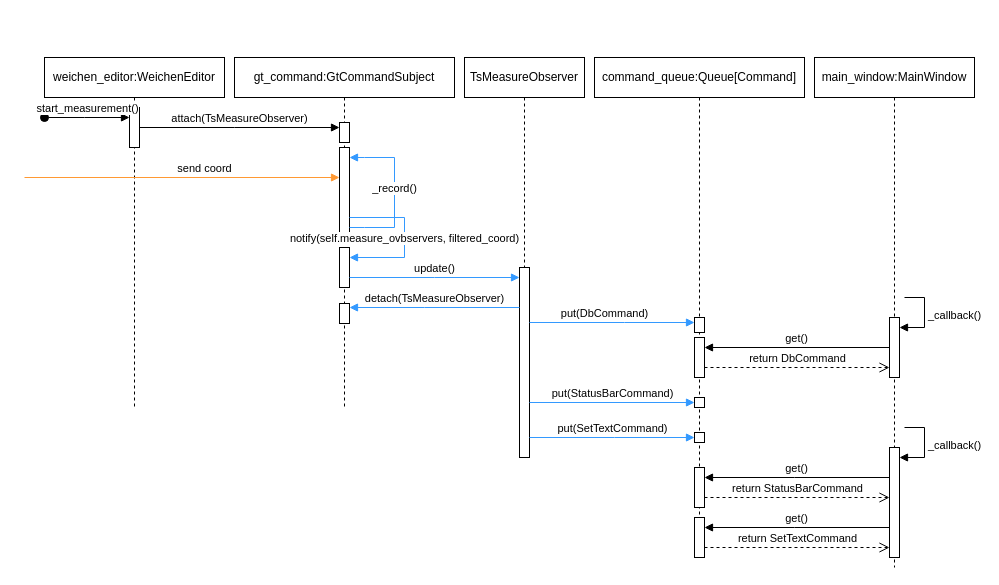
Earlier version of the draw.io diagram procedural/meassure_trainswitch.drawio (pascalreiss/draw_io_stuff). Source tidied: cells renumbered, new cells numbered last; positions are measured from the earlier drawing's top-left corner, leaving out a move shared by most shapes. Both pictures are drawn from the tidied source at 100%, with x=0, y=0 at pixel (24, 57).
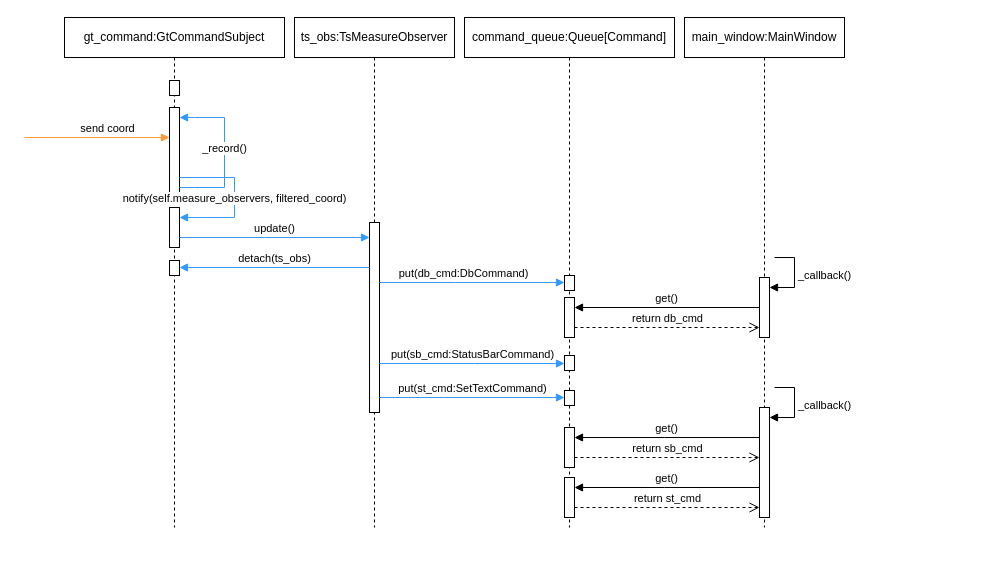
Above is the later version.

Unchanged cells that the change refers to:
```xml
<mxCell id="3" style="html=1;points=[[0,0,0,0,5],[0,1,0,0,-5],[1,0,0,0,5],[1,1,0,0,-5]];perimeter=orthogonalPerimeter;outlineConnect=0;targetShapes=umlLifeline;portConstraint=eastwest;newEdgeStyle={&quot;curved&quot;:0,&quot;rounded&quot;:0};" parent="2" vertex="1">
  <mxGeometry x="75" y="260" width="10" height="60" as="geometry" />
</mxCell>
<mxCell id="7" style="html=1;points=[[0,0,0,0,5],[0,1,0,0,-5],[1,0,0,0,5],[1,1,0,0,-5]];perimeter=orthogonalPerimeter;outlineConnect=0;targetShapes=umlLifeline;portConstraint=eastwest;newEdgeStyle={&quot;curved&quot;:0,&quot;rounded&quot;:0};" parent="5" vertex="1">
  <mxGeometry x="100" y="280" width="10" height="40" as="geometry" />
</mxCell>
<mxCell id="10" style="html=1;points=[[0,0,0,0,5],[0,1,0,0,-5],[1,0,0,0,5],[1,1,0,0,-5]];perimeter=orthogonalPerimeter;outlineConnect=0;targetShapes=umlLifeline;portConstraint=eastwest;newEdgeStyle={&quot;curved&quot;:0,&quot;rounded&quot;:0};" parent="5" vertex="1">
  <mxGeometry x="295" y="390" width="10" height="110" as="geometry" />
</mxCell>
<mxCell id="14" style="html=1;points=[[0,0,0,0,5],[0,1,0,0,-5],[1,0,0,0,5],[1,1,0,0,-5]];perimeter=orthogonalPerimeter;outlineConnect=0;targetShapes=umlLifeline;portConstraint=eastwest;newEdgeStyle={&quot;curved&quot;:0,&quot;rounded&quot;:0};" parent="5" vertex="1">
  <mxGeometry x="100" y="410" width="10" height="40" as="geometry" />
</mxCell>
<mxCell id="17" style="html=1;points=[[0,0,0,0,5],[0,1,0,0,-5],[1,0,0,0,5],[1,1,0,0,-5]];perimeter=orthogonalPerimeter;outlineConnect=0;targetShapes=umlLifeline;portConstraint=eastwest;newEdgeStyle={&quot;curved&quot;:0,&quot;rounded&quot;:0};" parent="5" vertex="1">
  <mxGeometry x="100" y="460" width="10" height="40" as="geometry" />
</mxCell>
<mxCell id="23" style="html=1;points=[[0,0,0,0,5],[0,1,0,0,-5],[1,0,0,0,5],[1,1,0,0,-5]];perimeter=orthogonalPerimeter;outlineConnect=0;targetShapes=umlLifeline;portConstraint=eastwest;newEdgeStyle={&quot;curved&quot;:0,&quot;rounded&quot;:0};" parent="22" vertex="1">
  <mxGeometry x="105" y="90" width="10" height="90" as="geometry" />
</mxCell>
<mxCell id="27" style="html=1;points=[[0,0,0,0,5],[0,1,0,0,-5],[1,0,0,0,5],[1,1,0,0,-5]];perimeter=orthogonalPerimeter;outlineConnect=0;targetShapes=umlLifeline;portConstraint=eastwest;newEdgeStyle={&quot;curved&quot;:0,&quot;rounded&quot;:0};" parent="22" vertex="1">
  <mxGeometry x="105" y="190" width="10" height="40" as="geometry" />
</mxCell>
```

The edit, as a diff of the source:
```diff
@@
     <mxCell id="2" value="main_window:MainWindow" style="shape=umlLifeline;perimeter=lifelinePerimeter;whiteSpace=wrap;html=1;newEdgeStyle={&quot;curved&quot;:0,&quot;rounded&quot;:0};" parent="1" vertex="1">
-      <mxGeometry x="790" width="160" height="510" as="geometry" />
+      <mxGeometry x="660" y="-40" width="160" height="510" as="geometry" />
     </mxCell>
@@
     <mxCell id="5" value="command_queue:Queue[Command]" style="shape=umlLifeline;perimeter=lifelinePerimeter;whiteSpace=wrap;html=1;newEdgeStyle={&quot;curved&quot;:0,&quot;rounded&quot;:0};" parent="1" vertex="1">
-      <mxGeometry x="570" width="210" height="500" as="geometry" />
+      <mxGeometry x="440" y="-40" width="210" height="510" as="geometry" />
     </mxCell>
     <mxCell id="6" style="html=1;points=[[0,0,0,0,5],[0,1,0,0,-5],[1,0,0,0,5],[1,1,0,0,-5]];perimeter=orthogonalPerimeter;outlineConnect=0;targetShapes=umlLifeline;portConstraint=eastwest;newEdgeStyle={&quot;curved&quot;:0,&quot;rounded&quot;:0};" parent="5" vertex="1">
-      <mxGeometry x="100" y="260" width="10" height="15" as="geometry" />
+      <mxGeometry x="100" y="258" width="10" height="15" as="geometry" />
     </mxCell>
@@
     <mxCell id="8" style="html=1;points=[[0,0,0,0,5],[0,1,0,0,-5],[1,0,0,0,5],[1,1,0,0,-5]];perimeter=orthogonalPerimeter;outlineConnect=0;targetShapes=umlLifeline;portConstraint=eastwest;newEdgeStyle={&quot;curved&quot;:0,&quot;rounded&quot;:0};" parent="5" vertex="1">
-      <mxGeometry x="100" y="340" width="10" height="10" as="geometry" />
+      <mxGeometry x="100" y="338" width="10" height="15" as="geometry" />
     </mxCell>
     <mxCell id="9" style="html=1;points=[[0,0,0,0,5],[0,1,0,0,-5],[1,0,0,0,5],[1,1,0,0,-5]];perimeter=orthogonalPerimeter;outlineConnect=0;targetShapes=umlLifeline;portConstraint=eastwest;newEdgeStyle={&quot;curved&quot;:0,&quot;rounded&quot;:0};" parent="5" vertex="1">
-      <mxGeometry x="100" y="375" width="10" height="10" as="geometry" />
+      <mxGeometry x="100" y="373" width="10" height="15" as="geometry" />
     </mxCell>
@@
-    <mxCell id="13" value="return StatusBarCommand" style="html=1;verticalAlign=bottom;endArrow=open;dashed=1;endSize=8;curved=0;rounded=0;" parent="5" edge="1" source="14" target="10">
+    <mxCell id="13" value="return sb_cmd" style="html=1;verticalAlign=bottom;endArrow=open;dashed=1;endSize=8;curved=0;rounded=0;" parent="5" edge="1" source="14" target="10">
       <mxGeometry relative="1" as="geometry">
         <Array as="points">
           <mxPoint x="200" y="440" />
         </Array>
       </mxGeometry>
     </mxCell>
@@
-    <mxCell id="16" value="return SetTextCommand" style="html=1;verticalAlign=bottom;endArrow=open;dashed=1;endSize=8;curved=0;rounded=0;" parent="5" edge="1" source="17">
+    <mxCell id="16" value="return st_cmd" style="html=1;verticalAlign=bottom;endArrow=open;dashed=1;endSize=8;curved=0;rounded=0;" parent="5" edge="1" source="17">
       <mxGeometry relative="1" as="geometry">
         <mxPoint x="295" y="490" as="targetPoint" />
         <Array as="points">
           <mxPoint x="200" y="490" />
         </Array>
       </mxGeometry>
     </mxCell>
@@
-    <mxCell id="18" value="TsMeasureObserver" style="shape=umlLifeline;perimeter=lifelinePerimeter;whiteSpace=wrap;html=1;newEdgeStyle={&quot;curved&quot;:0,&quot;rounded&quot;:0};" parent="1" vertex="1">
-      <mxGeometry x="440" width="120" height="400" as="geometry" />
+    <mxCell id="18" value="ts_obs:TsMeasureObserver" style="shape=umlLifeline;perimeter=lifelinePerimeter;whiteSpace=wrap;html=1;newEdgeStyle={&quot;curved&quot;:0,&quot;rounded&quot;:0};" parent="1" vertex="1">
+      <mxGeometry x="270" y="-40" width="160" height="510" as="geometry" />
     </mxCell>
     <mxCell id="19" style="html=1;points=[[0,0,0,0,5],[0,1,0,0,-5],[1,0,0,0,5],[1,1,0,0,-5]];perimeter=orthogonalPerimeter;outlineConnect=0;targetShapes=umlLifeline;portConstraint=eastwest;newEdgeStyle={&quot;curved&quot;:0,&quot;rounded&quot;:0};" parent="18" vertex="1">
-      <mxGeometry x="55" y="210" width="10" height="190" as="geometry" />
+      <mxGeometry x="75" y="205" width="10" height="190" as="geometry" />
     </mxCell>
-    <mxCell id="20" value="weichen_editor:WeichenEditor" style="shape=umlLifeline;perimeter=lifelinePerimeter;whiteSpace=wrap;html=1;newEdgeStyle={&quot;curved&quot;:0,&quot;rounded&quot;:0};" parent="1" vertex="1">
-      <mxGeometry x="20" width="180" height="350" as="geometry" />
-    </mxCell>
-    <mxCell id="21" style="html=1;points=[[0,0,0,0,5],[0,1,0,0,-5],[1,0,0,0,5],[1,1,0,0,-5]];perimeter=orthogonalPerimeter;outlineConnect=0;targetShapes=umlLifeline;portConstraint=eastwest;newEdgeStyle={&quot;curved&quot;:0,&quot;rounded&quot;:0};" parent="20" vertex="1">
-      <mxGeometry x="85" y="50" width="10" height="40" as="geometry" />
-    </mxCell>
     <mxCell id="22" value="gt_command:GtCommandSubject" style="shape=umlLifeline;whiteSpace=wrap;html=1;newEdgeStyle={&quot;curved&quot;:0,&quot;rounded&quot;:0};perimeter=rectanglePerimeter;targetShapes=umlLifeline;participant=label;" parent="1" vertex="1">
-      <mxGeometry x="210" width="220" height="350" as="geometry" />
+      <mxGeometry x="40" y="-40" width="220" height="510" as="geometry" />
     </mxCell>
@@
-    <mxCell id="25" value="notify(self.measure_ovbservers, filtered_coord)" style="html=1;verticalAlign=bottom;endArrow=block;curved=0;rounded=0;strokeColor=#3399FF;" parent="22" edge="1" source="23" target="27">
+    <mxCell id="25" value="notify(self.measure_observers, filtered_coord)" style="html=1;verticalAlign=bottom;endArrow=block;curved=0;rounded=0;strokeColor=#3399FF;" parent="22" edge="1" source="23" target="27">
       <mxGeometry x="0.13" relative="1" as="geometry">
         <Array as="points">
           <mxPoint x="170" y="160" />
           <mxPoint x="170" y="200" />
         </Array>
       </mxGeometry>
     </mxCell>
     <mxCell id="26" style="html=1;points=[[0,0,0,0,5],[0,1,0,0,-5],[1,0,0,0,5],[1,1,0,0,-5]];perimeter=orthogonalPerimeter;outlineConnect=0;targetShapes=umlLifeline;portConstraint=eastwest;newEdgeStyle={&quot;curved&quot;:0,&quot;rounded&quot;:0};" parent="22" vertex="1">
-      <mxGeometry x="105" y="65" width="10" height="20" as="geometry" />
+      <mxGeometry x="105" y="63" width="10" height="15" as="geometry" />
     </mxCell>
@@
     <mxCell id="28" style="html=1;points=[[0,0,0,0,5],[0,1,0,0,-5],[1,0,0,0,5],[1,1,0,0,-5]];perimeter=orthogonalPerimeter;outlineConnect=0;targetShapes=umlLifeline;portConstraint=eastwest;newEdgeStyle={&quot;curved&quot;:0,&quot;rounded&quot;:0};" parent="22" vertex="1">
-      <mxGeometry x="105" y="246" width="10" height="20" as="geometry" />
+      <mxGeometry x="105" y="243" width="10" height="15" as="geometry" />
     </mxCell>
-    <mxCell id="29" value="start_measurement()" style="html=1;verticalAlign=bottom;startArrow=oval;startFill=1;endArrow=block;startSize=8;curved=0;rounded=0;" parent="1" edge="1" target="21">
-      <mxGeometry relative="1" as="geometry">
-        <mxPoint x="20" y="60" as="sourcePoint" />
-        <Array as="points">
-          <mxPoint x="60" y="60" />
-        </Array>
-      </mxGeometry>
-    </mxCell>
-    <mxCell id="30" value="attach(TsMeasureObserver)" style="html=1;verticalAlign=bottom;endArrow=block;curved=0;rounded=0;" parent="1" edge="1" source="21" target="26">
-      <mxGeometry relative="1" as="geometry">
-        <Array as="points">
-          <mxPoint x="210" y="70" />
-        </Array>
-      </mxGeometry>
-    </mxCell>
     <mxCell id="31" value="send coord" style="html=1;verticalAlign=bottom;endArrow=block;curved=0;rounded=0;strokeColor=#FF9933;" parent="1" edge="1">
       <mxGeometry x="0.14" relative="1" as="geometry">
-        <mxPoint y="120" as="sourcePoint" />
-        <mxPoint x="315" y="120" as="targetPoint" />
+        <mxPoint y="80" as="sourcePoint" />
+        <mxPoint x="145" y="80" as="targetPoint" />
       </mxGeometry>
     </mxCell>
     <mxCell id="32" value="update()" style="html=1;verticalAlign=bottom;endArrow=block;curved=0;rounded=0;strokeColor=#3399FF;" parent="1" edge="1" source="27" target="19">
       <mxGeometry relative="1" as="geometry">
         <Array as="points">
-          <mxPoint x="410" y="220" />
+          <mxPoint x="240" y="180" />
         </Array>
       </mxGeometry>
     </mxCell>
-    <mxCell id="33" value="detach(TsMeasureObserver)" style="html=1;verticalAlign=bottom;endArrow=block;curved=0;rounded=0;strokeColor=#3399FF;" parent="1" edge="1" source="19" target="28">
+    <mxCell id="33" value="detach(ts_obs)" style="html=1;verticalAlign=bottom;endArrow=block;curved=0;rounded=0;strokeColor=#3399FF;" parent="1" edge="1" source="19" target="28">
       <mxGeometry relative="1" as="geometry">
         <Array as="points">
-          <mxPoint x="400" y="250" />
+          <mxPoint x="230" y="210" />
         </Array>
       </mxGeometry>
     </mxCell>
-    <mxCell id="34" value="put(DbCommand)" style="html=1;verticalAlign=bottom;endArrow=block;curved=0;rounded=0;strokeColor=#3399FF;" parent="1" edge="1">
+    <mxCell id="34" value="put(db_cmd:DbCommand)" style="html=1;verticalAlign=bottom;endArrow=block;curved=0;rounded=0;strokeColor=#3399FF;" parent="1" edge="1" source="19" target="6">
       <mxGeometry x="-0.09" relative="1" as="geometry">
-        <mxPoint x="505" y="265" as="sourcePoint" />
-        <mxPoint x="670" y="265" as="targetPoint" />
         <Array as="points">
-          <mxPoint x="600" y="265" />
+          <mxPoint x="430" y="225" />
         </Array>
       </mxGeometry>
     </mxCell>
-    <mxCell id="35" value="put(StatusBarCommand)" style="html=1;verticalAlign=bottom;endArrow=block;curved=0;rounded=0;strokeColor=#3399FF;" parent="1" edge="1" target="8">
+    <mxCell id="35" value="put(sb_cmd:StatusBarCommand)" style="html=1;verticalAlign=bottom;endArrow=block;curved=0;rounded=0;strokeColor=#3399FF;" parent="1" edge="1" source="19" target="8">
       <mxGeometry relative="1" as="geometry">
-        <mxPoint x="505" y="345" as="sourcePoint" />
+        <Array as="points">
+          <mxPoint x="450" y="306" />
+        </Array>
       </mxGeometry>
     </mxCell>
-    <mxCell id="36" value="put(SetTextCommand)" style="html=1;verticalAlign=bottom;endArrow=block;curved=0;rounded=0;strokeColor=#3399FF;" parent="1" edge="1" source="19" target="9">
+    <mxCell id="36" value="put(st_cmd:SetTextCommand)" style="html=1;verticalAlign=bottom;endArrow=block;curved=0;rounded=0;strokeColor=#3399FF;" parent="1" edge="1" source="19" target="9">
       <mxGeometry relative="1" as="geometry">
         <Array as="points">
-          <mxPoint x="590" y="380" />
+          <mxPoint x="420" y="340" />
         </Array>
       </mxGeometry>
     </mxCell>
@@
-    <mxCell id="38" value="return DbCommand" style="html=1;verticalAlign=bottom;endArrow=open;dashed=1;endSize=8;curved=0;rounded=0;" parent="1" edge="1" source="7" target="3">
+    <mxCell id="38" value="return db_cmd" style="html=1;verticalAlign=bottom;endArrow=open;dashed=1;endSize=8;curved=0;rounded=0;" parent="1" edge="1" source="7" target="3">
       <mxGeometry relative="1" as="geometry">
         <Array as="points">
-          <mxPoint x="770" y="310" />
+          <mxPoint x="640" y="270" />
         </Array>
       </mxGeometry>
     </mxCell>
```
